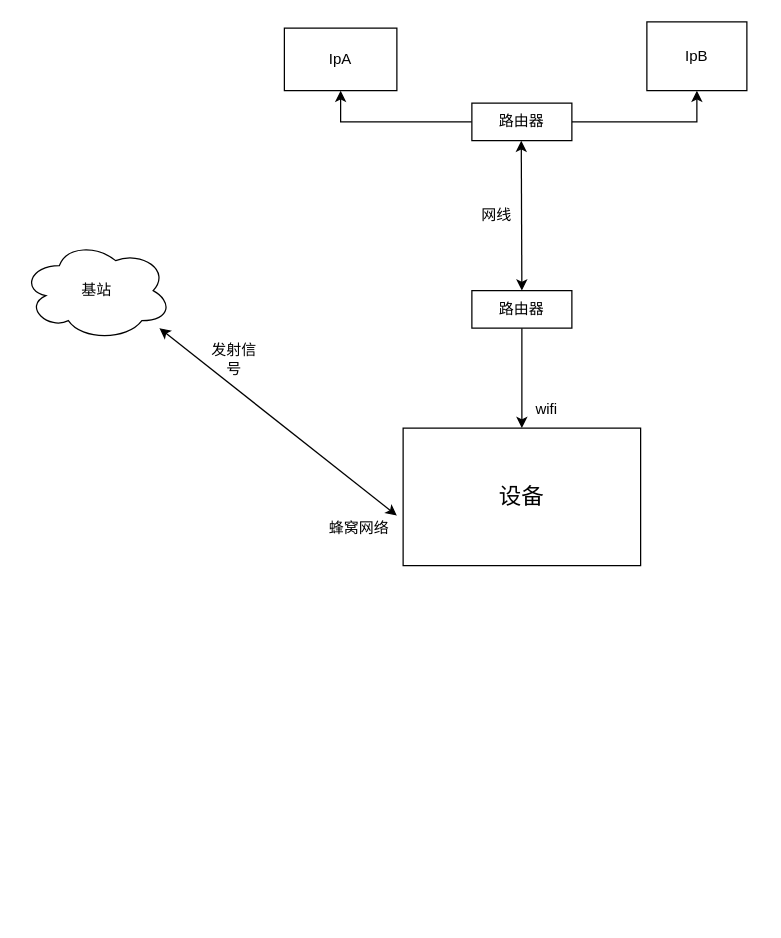
Above: NET.drawio in LessTalk/Less_Http (draw.io), before the change. Source tidied: cells renumbered, new cells numbered last; positions are measured from the earlier drawing's top-left corner, leaving out a move shared by most shapes. Both pictures are drawn from the tidied source at 125%, with x=0, y=0 at pixel (21, 21).
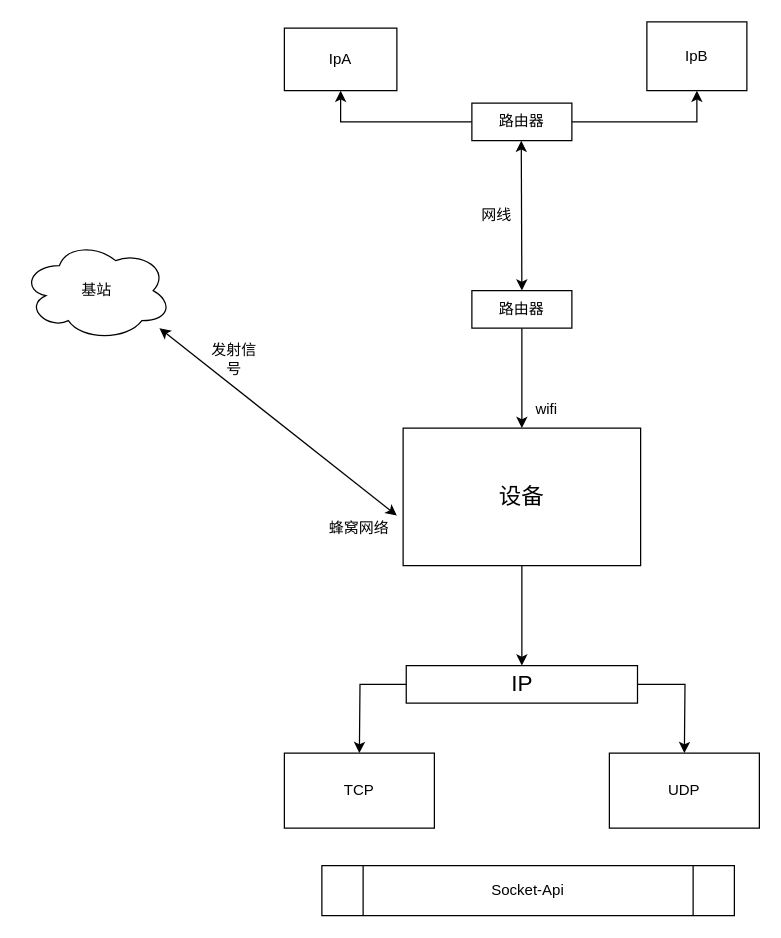
After the change.

Unchanged cells that the change refers to:
```xml
<mxCell id="11" value="&lt;font style=&quot;font-size: 18px&quot;&gt;设备&lt;/font&gt;" style="rounded=0;whiteSpace=wrap;html=1;" parent="1" vertex="1">
  <mxGeometry x="305" y="325" width="190" height="110" as="geometry" />
</mxCell>
```

Change to the diagram source:
```diff
@@
+    <mxCell id="17" style="edgeStyle=orthogonalEdgeStyle;rounded=0;jettySize=auto;html=1;" parent="1" edge="1" source="11" target="20">
+      <mxGeometry relative="1" as="geometry" />
+    </mxCell>
@@
+    <mxCell id="18" style="edgeStyle=orthogonalEdgeStyle;rounded=0;jettySize=auto;html=1;" parent="1" edge="1" source="20">
+      <mxGeometry relative="1" as="geometry">
+        <mxPoint x="270" y="585" as="targetPoint" />
+      </mxGeometry>
+    </mxCell>
+    <mxCell id="19" style="edgeStyle=orthogonalEdgeStyle;rounded=0;jettySize=auto;html=1;" parent="1" edge="1" source="20">
+      <mxGeometry relative="1" as="geometry">
+        <mxPoint x="530" y="585" as="targetPoint" />
+      </mxGeometry>
+    </mxCell>
+    <mxCell id="20" value="&lt;font style=&quot;font-size: 18px&quot;&gt;IP&lt;/font&gt;" style="rounded=0;whiteSpace=wrap;html=1;" parent="1" vertex="1">
+      <mxGeometry x="307.5" y="515" width="185" height="30" as="geometry" />
+    </mxCell>
@@
+    <mxCell id="21" value="TCP" style="rounded=0;whiteSpace=wrap;html=1;" parent="1" vertex="1">
+      <mxGeometry x="210" y="585" width="120" height="60" as="geometry" />
+    </mxCell>
+    <mxCell id="22" value="UDP" style="rounded=0;whiteSpace=wrap;html=1;" parent="1" vertex="1">
+      <mxGeometry x="470" y="585" width="120" height="60" as="geometry" />
+    </mxCell>
+    <mxCell id="23" value="Socket-Api" style="shape=process;whiteSpace=wrap;html=1;backgroundOutline=1;" parent="1" vertex="1">
+      <mxGeometry x="240" y="675" width="330" height="40" as="geometry" />
+    </mxCell>
```
